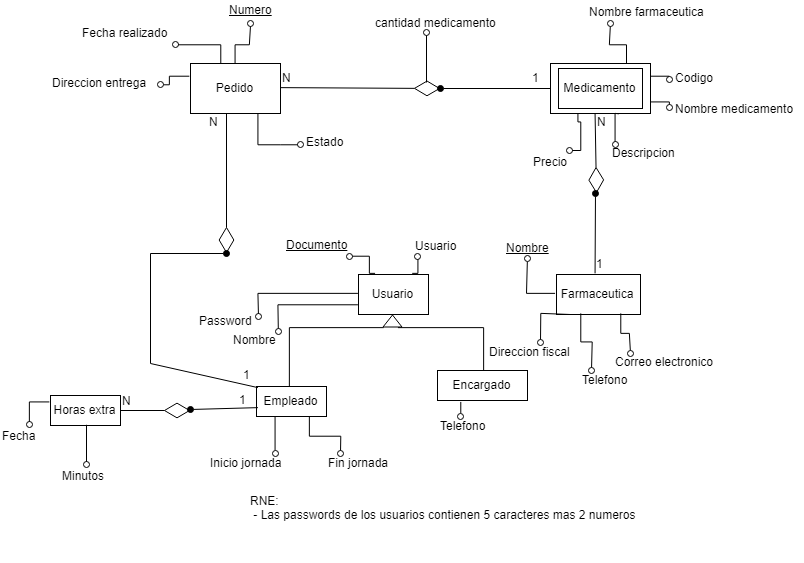
The draw.io diagram Diagramas/MER.png in KaTTNico/AnalistaPorgramador-Farmacia, before a commit. Source tidied: cells renumbered, new cells last; positions are measured from the earlier drawing's top-left corner, leaving out a move shared by most shapes.
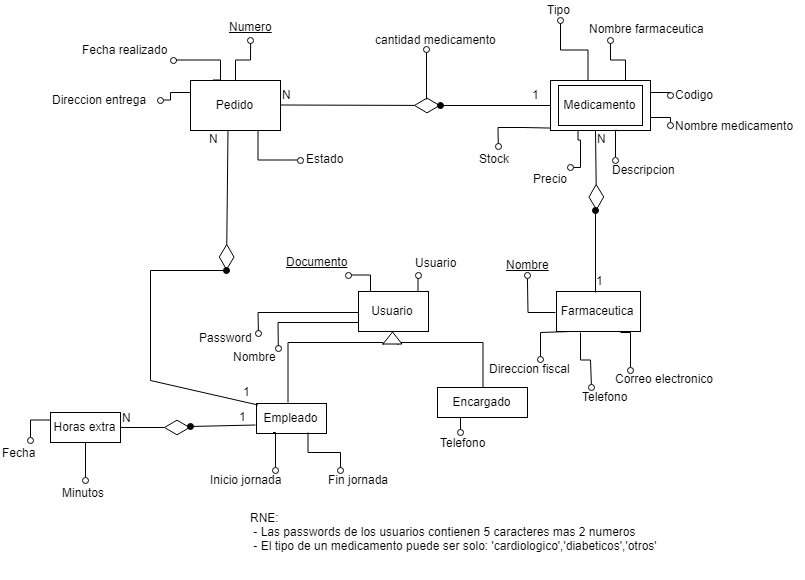
After the commit.

What changed in the source:
```diff
@@ -9,12 +9,12 @@
     </mxCell>
     <mxCell id="3" style="edgeStyle=orthogonalEdgeStyle;rounded=0;html=1;exitX=1;exitY=0.25;endArrow=oval;endFill=0;jettySize=auto;strokeColor=#000000;fontSize=12;" parent="1" edge="1" source="5">
       <mxGeometry relative="1" as="geometry">
-        <mxPoint x="668.9" y="78.6" as="targetPoint" />
+        <mxPoint x="670" y="77.5" as="targetPoint" />
       </mxGeometry>
     </mxCell>
     <mxCell id="4" style="edgeStyle=orthogonalEdgeStyle;rounded=0;html=1;exitX=1;exitY=0.75;endArrow=oval;endFill=0;jettySize=auto;strokeColor=#000000;fontSize=12;" parent="1" edge="1" source="5">
       <mxGeometry relative="1" as="geometry">
-        <mxPoint x="668.9" y="107.1" as="targetPoint" />
+        <mxPoint x="670" y="107.5" as="targetPoint" />
       </mxGeometry>
     </mxCell>
     <mxCell id="5" style="rounded=0;whiteSpace=wrap;html=1;fontSize=12;gradientColor=none;" parent="1" vertex="1">
@@ -27,12 +27,12 @@
     </mxCell>
     <mxCell id="7" style="edgeStyle=orthogonalEdgeStyle;rounded=0;html=1;exitX=0.75;exitY=0;endArrow=oval;endFill=0;jettySize=auto;strokeColor=#000000;fontSize=12;" parent="1" edge="1" source="10">
       <mxGeometry relative="1" as="geometry">
-        <mxPoint x="417.4" y="255.7" as="targetPoint" />
+        <mxPoint x="417.5" y="257.5" as="targetPoint" />
       </mxGeometry>
     </mxCell>
     <mxCell id="8" style="edgeStyle=orthogonalEdgeStyle;rounded=0;html=1;exitX=0.25;exitY=0;endArrow=oval;endFill=0;jettySize=auto;strokeColor=#000000;fontSize=12;" parent="1" edge="1" source="10">
       <mxGeometry relative="1" as="geometry">
-        <mxPoint x="348.9" y="255.7" as="targetPoint" />
+        <mxPoint x="347.5" y="257.5" as="targetPoint" />
         <Array as="points">
           <mxPoint x="370" y="274" />
           <mxPoint x="370" y="256" />
@@ -82,7 +82,7 @@
     </mxCell>
     <mxCell id="20" style="edgeStyle=orthogonalEdgeStyle;rounded=0;html=1;endArrow=none;endFill=0;jettySize=auto;strokeColor=#000000;fontSize=12;exitX=0.01;exitY=0.053;exitPerimeter=0;" parent="1" edge="1" source="22">
       <mxGeometry relative="1" as="geometry">
-        <mxPoint x="288.9" y="387.1" as="targetPoint" />
+        <mxPoint x="287.5" y="385" as="targetPoint" />
         <Array as="points">
           <mxPoint x="288" y="326" />
         </Array>
@@ -104,12 +104,12 @@
     </mxCell>
     <mxCell id="24" style="edgeStyle=orthogonalEdgeStyle;rounded=0;html=1;exitX=0.75;exitY=0;endArrow=oval;endFill=0;jettySize=auto;strokeColor=#000000;fontSize=12;" parent="1" edge="1" source="26">
       <mxGeometry relative="1" as="geometry">
-        <mxPoint x="520.3" y="395.7" as="targetPoint" />
+        <mxPoint x="520" y="395" as="targetPoint" />
       </mxGeometry>
     </mxCell>
     <mxCell id="25" style="edgeStyle=orthogonalEdgeStyle;rounded=0;html=1;exitX=0.25;exitY=1;endArrow=oval;endFill=0;jettySize=auto;strokeColor=#000000;fontSize=12;" parent="1" edge="1" source="26">
       <mxGeometry relative="1" as="geometry">
-        <mxPoint x="460.3" y="415.7" as="targetPoint" />
+        <mxPoint x="460" y="415" as="targetPoint" />
       </mxGeometry>
     </mxCell>
     <mxCell id="26" value="Encargado" style="rounded=0;whiteSpace=wrap;html=1;fontSize=12;" parent="1" vertex="1">
@@ -133,12 +133,12 @@
     <mxCell id="32" value="Direccion entrega&lt;br&gt;" style="text;html=1;points=[];align=left;verticalAlign=top;spacingTop=-4;fontSize=12;" parent="1" vertex="1">
       <mxGeometry x="50" y="73" width="110" height="20" as="geometry" />
     </mxCell>
-    <mxCell id="33" value="RNE:&lt;br&gt;&amp;nbsp;- Las passwords de los usuarios contienen 5 caracteres mas 2 numeros&amp;nbsp;&lt;br&gt;&amp;nbsp;&lt;br&gt;&amp;nbsp;&lt;br&gt;&amp;nbsp; &amp;nbsp; &amp;nbsp; &amp;nbsp; &amp;nbsp;&amp;nbsp;&lt;br&gt;" style="text;html=1;align=left;verticalAlign=top;spacingTop=-4;fontSize=12;" parent="1" vertex="1">
-      <mxGeometry x="248" y="491" width="400" height="70" as="geometry" />
+    <mxCell id="33" value="RNE:&lt;br&gt;&amp;nbsp;- Las passwords de los usuarios contienen 5 caracteres mas 2 numeros&amp;nbsp;&lt;br&gt;&amp;nbsp;- El tipo de un medicamento puede ser solo: 'cardiologico','diabeticos','otros'&lt;br&gt;&amp;nbsp;&lt;br&gt;&amp;nbsp; &amp;nbsp; &amp;nbsp; &amp;nbsp; &amp;nbsp;&amp;nbsp;&lt;br&gt;" style="text;html=1;align=left;verticalAlign=top;spacingTop=-4;fontSize=12;" parent="1" vertex="1">
+      <mxGeometry x="248" y="491" width="420" height="70" as="geometry" />
     </mxCell>
     <mxCell id="34" style="edgeStyle=orthogonalEdgeStyle;rounded=0;html=1;exitX=0.25;exitY=1;endArrow=oval;endFill=0;jettySize=auto;strokeColor=#000000;fontSize=12;exitDx=0;exitDy=0;" parent="1" edge="1" source="23">
       <mxGeometry relative="1" as="geometry">
-        <mxPoint x="274.6" y="452.9" as="targetPoint" />
+        <mxPoint x="275" y="452.5" as="targetPoint" />
       </mxGeometry>
     </mxCell>
     <mxCell id="35" style="edgeStyle=orthogonalEdgeStyle;rounded=0;html=1;exitX=0.75;exitY=1;endArrow=oval;endFill=0;jettySize=auto;strokeColor=#000000;fontSize=12;exitDx=0;exitDy=0;" parent="1" edge="1" source="23">
@@ -154,7 +154,7 @@
     </mxCell>
     <mxCell id="38" style="edgeStyle=orthogonalEdgeStyle;rounded=0;html=1;exitX=0.75;exitY=1;endArrow=oval;endFill=0;jettySize=auto;strokeColor=#000000;fontSize=12;exitDx=0;exitDy=0;" parent="1" edge="1" source="14">
       <mxGeometry relative="1" as="geometry">
-        <mxPoint x="300.3" y="144.3" as="targetPoint" />
+        <mxPoint x="300" y="142.5" as="targetPoint" />
         <Array as="points">
           <mxPoint x="258" y="143" />
           <mxPoint x="280" y="143" />
@@ -167,7 +167,7 @@
     <mxCell id="40" style="edgeStyle=orthogonalEdgeStyle;rounded=0;html=1;exitX=0.683;exitY=1.004;endArrow=oval;endFill=0;jettySize=auto;orthogonalLoop=1;strokeColor=#000000;fontSize=12;exitDx=0;exitDy=0;exitPerimeter=0;" parent="1" edge="1">
       <mxGeometry relative="1" as="geometry">
         <mxPoint x="618.3" y="113.3" as="sourcePoint" />
-        <mxPoint x="614.6" y="144.3" as="targetPoint" />
+        <mxPoint x="615" y="142.5" as="targetPoint" />
       </mxGeometry>
     </mxCell>
     <mxCell id="41" value="Descripcion" style="text;html=1;align=left;verticalAlign=top;spacingTop=-4;" parent="1" vertex="1">
@@ -175,8 +175,8 @@
     </mxCell>
     <mxCell id="42" style="edgeStyle=orthogonalEdgeStyle;rounded=0;html=1;endArrow=oval;endFill=0;jettySize=auto;orthogonalLoop=1;strokeColor=#000000;fontSize=12;exitX=0.282;exitY=1.017;exitDx=0;exitDy=0;exitPerimeter=0;" parent="1" edge="1">
       <mxGeometry relative="1" as="geometry">
-        <mxPoint x="577.4" y="112.9" as="sourcePoint" />
-        <mxPoint x="568.9" y="150" as="targetPoint" />
+        <mxPoint x="577.5" y="112.5" as="sourcePoint" />
+        <mxPoint x="570" y="150" as="targetPoint" />
         <Array as="points">
           <mxPoint x="578" y="122" />
           <mxPoint x="580" y="122" />
@@ -250,7 +250,7 @@
     </mxCell>
     <mxCell id="57" style="edgeStyle=orthogonalEdgeStyle;rounded=0;html=1;endArrow=oval;endFill=0;jettySize=auto;strokeColor=#000000;fontSize=12;exitX=0.75;exitY=1;exitDx=0;exitDy=0;" parent="1" edge="1" source="50">
       <mxGeometry relative="1" as="geometry">
-        <mxPoint x="630" y="353" as="targetPoint" />
+        <mxPoint x="630" y="352.5" as="targetPoint" />
       </mxGeometry>
     </mxCell>
     <mxCell id="58" value="Correo electronico" style="text;html=1;align=left;verticalAlign=top;spacingTop=-4;" parent="1" vertex="1">
@@ -277,7 +277,7 @@
     </mxCell>
     <mxCell id="63" style="edgeStyle=orthogonalEdgeStyle;rounded=0;html=1;exitX=0;exitY=0.25;endArrow=oval;endFill=0;jettySize=auto;strokeColor=#000000;fontSize=12;exitDx=0;exitDy=0;" parent="1" edge="1" source="62">
       <mxGeometry relative="1" as="geometry">
-        <mxPoint x="28.9" y="424.3" as="targetPoint" />
+        <mxPoint x="30" y="422.5" as="targetPoint" />
       </mxGeometry>
     </mxCell>
     <mxCell id="64" value="Fecha" style="text;html=1;align=left;verticalAlign=top;spacingTop=-4;" parent="1" vertex="1">
@@ -285,7 +285,7 @@
     </mxCell>
     <mxCell id="65" style="edgeStyle=orthogonalEdgeStyle;rounded=0;html=1;exitX=0.5;exitY=1;endArrow=oval;endFill=0;jettySize=auto;strokeColor=#000000;fontSize=12;exitDx=0;exitDy=0;" parent="1" edge="1" source="62">
       <mxGeometry relative="1" as="geometry">
-        <mxPoint x="86" y="464.3" as="targetPoint" />
+        <mxPoint x="85" y="462.5" as="targetPoint" />
       </mxGeometry>
     </mxCell>
     <mxCell id="66" value="Minutos" style="text;html=1;align=left;verticalAlign=top;spacingTop=-4;" parent="1" vertex="1">
@@ -331,5 +331,22 @@
     <mxCell id="78" value="1" style="text;html=1;align=left;verticalAlign=top;spacingTop=-4;" parent="1" vertex="1">
       <mxGeometry x="594" y="254" width="20" height="20" as="geometry" />
     </mxCell>
+    <mxCell id="79" style="edgeStyle=orthogonalEdgeStyle;rounded=0;html=1;exitX=0.367;exitY=-0.004;endArrow=oval;endFill=0;jettySize=auto;strokeColor=#000000;fontSize=12;exitDx=0;exitDy=0;exitPerimeter=0;" parent="1" edge="1" source="5">
+      <mxGeometry relative="1" as="geometry">
+        <mxPoint x="560" y="3" as="targetPoint" />
+      </mxGeometry>
+    </mxCell>
+    <mxCell id="80" value="Tipo" style="text;html=1;align=left;verticalAlign=top;spacingTop=-4;" parent="1" vertex="1">
+      <mxGeometry x="545" y="-17" width="40" height="20" as="geometry" />
+    </mxCell>
+    <mxCell id="81" style="edgeStyle=orthogonalEdgeStyle;rounded=0;html=1;exitX=-0.015;exitY=0.951;endArrow=oval;endFill=0;jettySize=auto;orthogonalLoop=1;strokeColor=#000000;fontSize=12;exitDx=0;exitDy=0;exitPerimeter=0;entryX=0.393;entryY=-0.109;entryDx=0;entryDy=0;entryPerimeter=0;" parent="1" edge="1">
+      <mxGeometry relative="1" as="geometry">
+        <mxPoint x="549.5" y="110.6" as="sourcePoint" />
+        <mxPoint x="497.8" y="129.2" as="targetPoint" />
+      </mxGeometry>
+    </mxCell>
+    <mxCell id="82" value="Stock" style="text;html=1;align=left;verticalAlign=top;spacingTop=-4;" parent="1" vertex="1">
+      <mxGeometry x="477" y="131.5" width="50" height="20" as="geometry" />
+    </mxCell>
   </root>
 </mxGraphModel>
```
